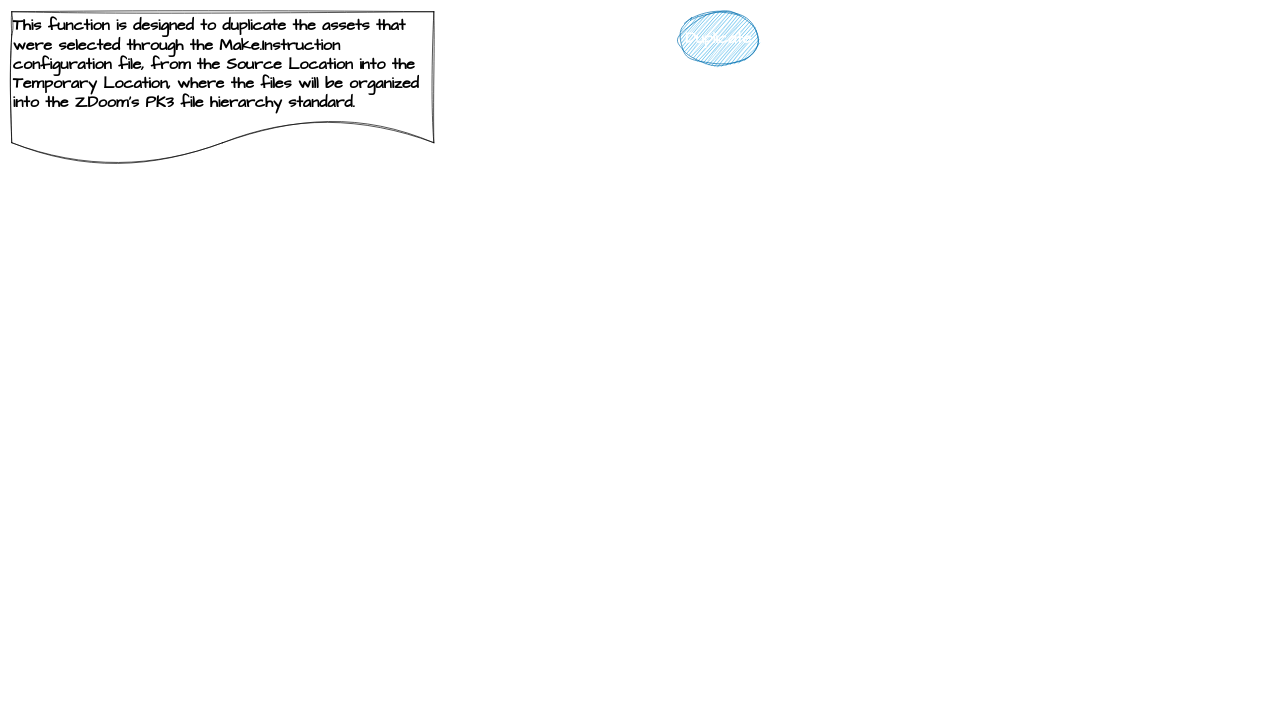
Earlier version of the draw.io diagram page "Flow Chart - Duplicate" (7 of 7) of Documents/Make Script/Alphecca Compiler-Python.drawio (SibTiger/Alphecca). Source tidied: cells renumbered, new cells numbered last; positions are measured from the earlier drawing's top-left corner, leaving out a move shared by most shapes. Both pictures are drawn from the tidied source at 67%, with x=0, y=0 at pixel (11, 11).
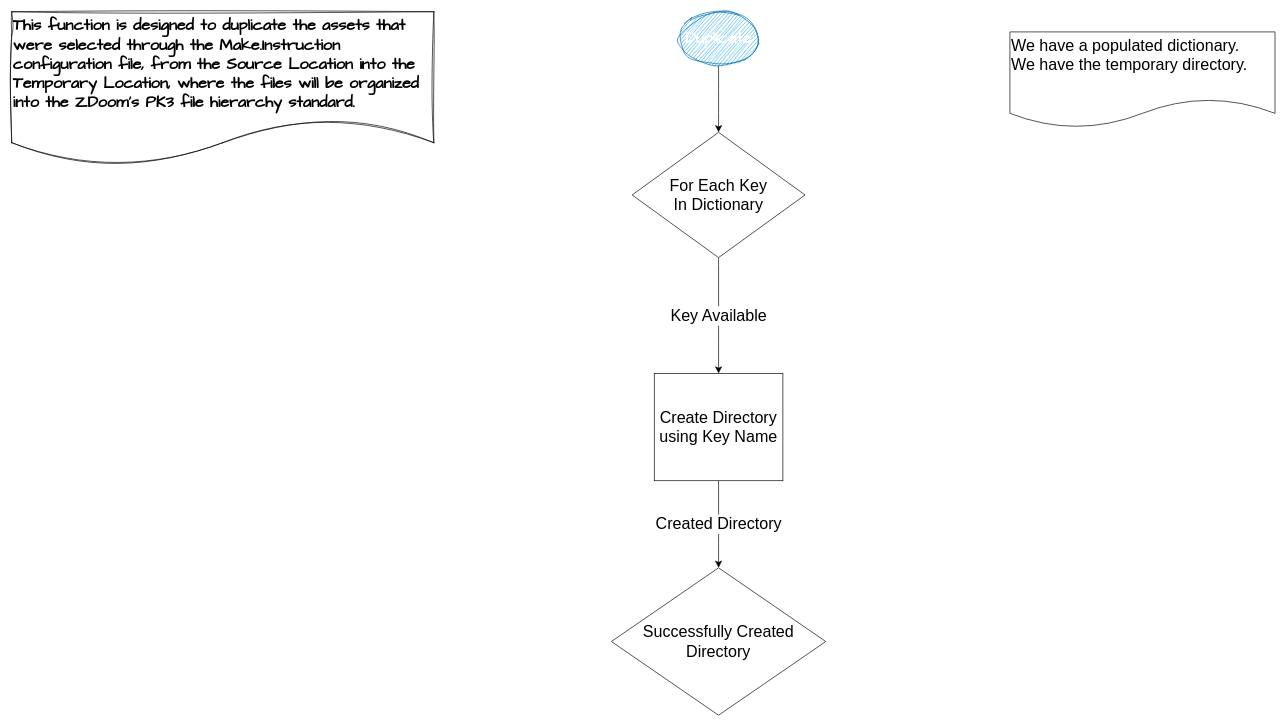
The same page after the edit.

Commit message:
added a bit more to the Duplication Diagram

Change to the diagram source:
```diff
@@
 <mxGraphModel>
   <root>
     <mxCell id="0" />
     <mxCell id="1" parent="0" />
+    <mxCell id="4" style="edgeStyle=none;curved=1;rounded=0;jettySize=auto;html=1;fontSize=12;startSize=8;endSize=8;" parent="1" edge="1" source="2">
+      <mxGeometry relative="1" as="geometry">
+        <mxPoint x="1055" y="180" as="targetPoint" />
+      </mxGeometry>
+    </mxCell>
     <mxCell id="2" value="Duplicate" style="ellipse;whiteSpace=wrap;html=1;sketch=1;hachureGap=4;jiggle=2;curveFitting=1;fontFamily=Architects Daughter;fontSize=24;fillColor=#1ba1e2;fontColor=#ffffff;strokeColor=#006EAF;fontStyle=1;" parent="1" vertex="1">
       <mxGeometry x="995" width="120" height="80" as="geometry" />
     </mxCell>
     <mxCell id="3" value="This function is designed to duplicate the assets that were selected through the Make.Instruction configuration file, from the Source Location into the Temporary Location, where the files will be organized into the ZDoom's PK3 file hierarchy standard." style="shape=document;whiteSpace=wrap;html=1;boundedLbl=1;sketch=1;hachureGap=4;jiggle=2;curveFitting=1;fontFamily=Architects Daughter;align=left;verticalAlign=top;fontSize=24;fontStyle=1;" parent="1" vertex="1">
       <mxGeometry width="630" height="230" as="geometry" />
     </mxCell>
+    <mxCell id="5" value="&lt;div&gt;We have a populated dictionary.&lt;/div&gt;&lt;div&gt;We have the temporary directory.&lt;/div&gt;" style="shape=document;whiteSpace=wrap;html=1;boundedLbl=1;fontSize=24;align=left;verticalAlign=top;" parent="1" vertex="1">
+      <mxGeometry x="1489.8" y="30.1" width="395.7" height="143" as="geometry" />
+    </mxCell>
+    <mxCell id="6" value="Key Available" style="edgeStyle=none;curved=1;rounded=0;jettySize=auto;html=1;fontSize=24;startSize=8;endSize=8;" parent="1" edge="1" source="7" target="9">
+      <mxGeometry relative="1" as="geometry" />
+    </mxCell>
+    <mxCell id="7" value="&lt;div&gt;For Each Key&lt;/div&gt;&lt;div&gt;In Dictionary &lt;br&gt;&lt;/div&gt;" style="rhombus;whiteSpace=wrap;html=1;fontSize=24;" parent="1" vertex="1">
+      <mxGeometry x="926" y="180" width="258" height="187" as="geometry" />
+    </mxCell>
+    <mxCell id="8" value="Created Directory" style="edgeStyle=none;curved=1;rounded=0;jettySize=auto;html=1;entryX=0.5;entryY=0;entryDx=0;entryDy=0;fontSize=24;startSize=8;endSize=8;" parent="1" edge="1" source="9" target="10">
+      <mxGeometry relative="1" as="geometry" />
+    </mxCell>
+    <mxCell id="9" value="Create Directory using Key Name" style="rounded=0;whiteSpace=wrap;html=1;fontSize=24;" parent="1" vertex="1">
+      <mxGeometry x="959" y="540" width="192" height="160" as="geometry" />
+    </mxCell>
+    <mxCell id="10" value="Successfully Created Directory" style="rhombus;whiteSpace=wrap;html=1;fontSize=24;verticalAlign=middle;" parent="1" vertex="1">
+      <mxGeometry x="895" y="830" width="320" height="220" as="geometry" />
+    </mxCell>
   </root>
 </mxGraphModel>
```
